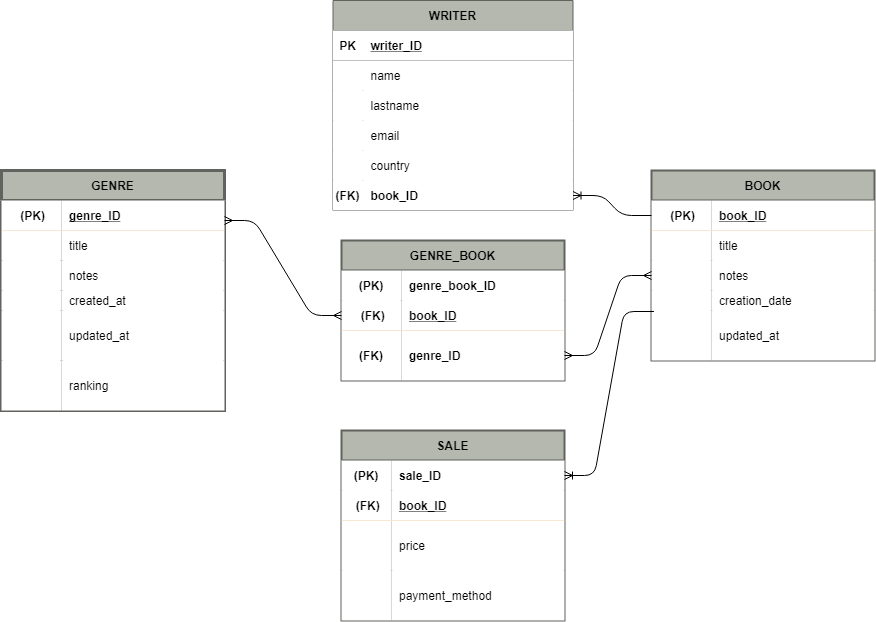
Before: Nu.drawio.png, a diagram exported from draw.io (EstebanTomas/database_job). Source tidied: cells renumbered, new cells last; positions are measured from the earlier drawing's top-left corner, leaving out a move shared by most shapes.
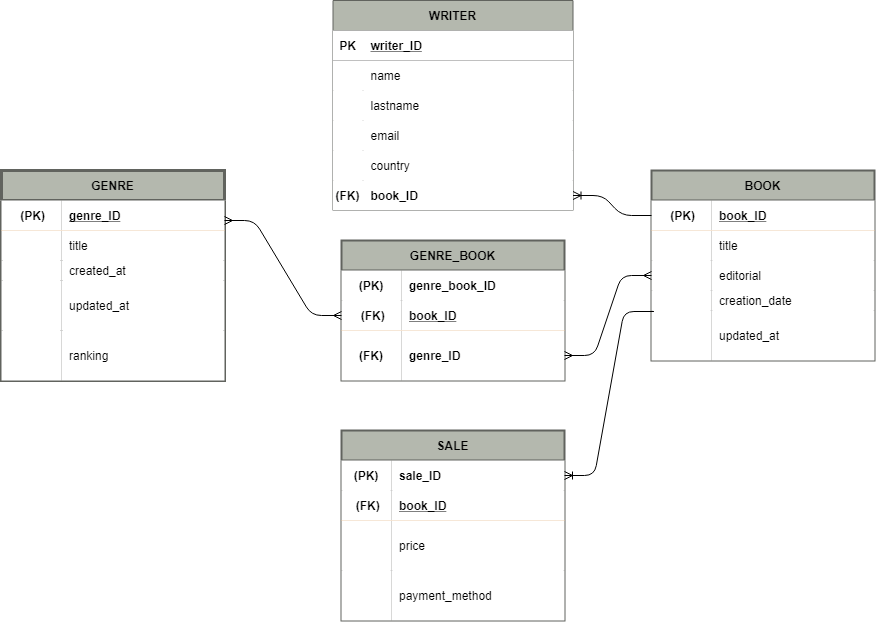
After the change.

What changed in the source:
```diff
@@ -29,7 +29,7 @@
     <mxCell id="10" style="shape=partialRectangle;top=0;left=0;bottom=0;right=0;overflow=hidden;" parent="9" vertex="1">
       <mxGeometry width="60" height="30" as="geometry" />
     </mxCell>
-    <mxCell id="11" value="notes" style="shape=partialRectangle;top=0;left=0;bottom=0;right=0;align=left;spacingLeft=6;overflow=hidden;" parent="9" vertex="1">
+    <mxCell id="11" value="editorial" style="shape=partialRectangle;top=0;left=0;bottom=0;right=0;align=left;spacingLeft=6;overflow=hidden;" parent="9" vertex="1">
       <mxGeometry x="60" width="163" height="30" as="geometry" />
     </mxCell>
     <mxCell id="12" style="shape=partialRectangle;fillColor=none;top=0;left=0;bottom=0;right=0;strokeColor=#DDA15E;fontColor=#FEFAE0;" parent="2" vertex="1">
@@ -111,7 +111,7 @@
       <mxGeometry relative="1" as="geometry" />
     </mxCell>
     <mxCell id="38" value="GENRE" style="shape=table;startSize=30;rowLines=0;fontStyle=1;align=center;fontFamily=Helvetica;fontColor=#000000;strokeColor=#61635E;fillColor=#B4B8AE;labelBackgroundColor=none;strokeWidth=3;" parent="1" vertex="1">
-      <mxGeometry y="170" width="223" height="240" as="geometry" />
+      <mxGeometry y="170" width="223" height="210" as="geometry" />
     </mxCell>
     <mxCell id="39" style="shape=partialRectangle;fillColor=none;top=0;left=0;bottom=1;right=0;strokeColor=#DDA15E;fontColor=#FEFAE0;" parent="38" vertex="1">
       <mxGeometry y="30" width="223" height="30" as="geometry" />
@@ -131,17 +131,8 @@
     <mxCell id="44" value="title" style="shape=partialRectangle;top=0;left=0;bottom=0;right=0;align=left;spacingLeft=6;overflow=hidden;html=1;" parent="42" vertex="1">
       <mxGeometry x="60" width="163" height="30" as="geometry" />
     </mxCell>
-    <mxCell id="45" style="shape=partialRectangle;fillColor=none;top=0;left=0;bottom=0;right=0;strokeColor=#DDA15E;fontColor=#FEFAE0;" parent="38" vertex="1">
-      <mxGeometry y="90" width="223" height="30" as="geometry" />
-    </mxCell>
-    <mxCell id="46" style="shape=partialRectangle;top=0;left=0;bottom=0;right=0;overflow=hidden;" parent="45" vertex="1">
-      <mxGeometry width="60" height="30" as="geometry" />
-    </mxCell>
-    <mxCell id="47" value="notes" style="shape=partialRectangle;top=0;left=0;bottom=0;right=0;align=left;spacingLeft=6;overflow=hidden;" parent="45" vertex="1">
-      <mxGeometry x="60" width="163" height="30" as="geometry" />
-    </mxCell>
     <mxCell id="48" style="shape=partialRectangle;fillColor=none;top=0;left=0;bottom=0;right=0;strokeColor=#DDA15E;fontColor=#FEFAE0;" parent="38" vertex="1">
-      <mxGeometry y="120" width="223" height="20" as="geometry" />
+      <mxGeometry y="90" width="223" height="20" as="geometry" />
     </mxCell>
     <mxCell id="49" style="shape=partialRectangle;top=0;left=0;bottom=0;right=0;overflow=hidden;fontStyle=0;" parent="48" vertex="1">
       <mxGeometry width="60" height="20" as="geometry" />
@@ -150,7 +141,7 @@
       <mxGeometry x="60" width="163" height="20" as="geometry" />
     </mxCell>
     <mxCell id="51" style="shape=partialRectangle;fillColor=none;top=0;left=0;bottom=0;right=0;strokeColor=#DDA15E;fontColor=#FEFAE0;" parent="38" vertex="1">
-      <mxGeometry y="140" width="223" height="50" as="geometry" />
+      <mxGeometry y="110" width="223" height="50" as="geometry" />
     </mxCell>
     <mxCell id="52" style="shape=partialRectangle;top=0;left=0;bottom=0;right=0;overflow=hidden;" parent="51" vertex="1">
       <mxGeometry width="60" height="50" as="geometry" />
@@ -159,7 +150,7 @@
       <mxGeometry x="60" width="163" height="50" as="geometry" />
     </mxCell>
     <mxCell id="54" style="shape=partialRectangle;fillColor=none;top=0;left=0;bottom=0;right=0;strokeColor=#DDA15E;fontColor=#FEFAE0;" parent="38" vertex="1">
-      <mxGeometry y="190" width="223" height="50" as="geometry" />
+      <mxGeometry y="160" width="223" height="50" as="geometry" />
     </mxCell>
     <mxCell id="55" style="shape=partialRectangle;top=0;left=0;bottom=0;right=0;overflow=hidden;" parent="54" vertex="1">
       <mxGeometry width="60" height="50" as="geometry" />
```
